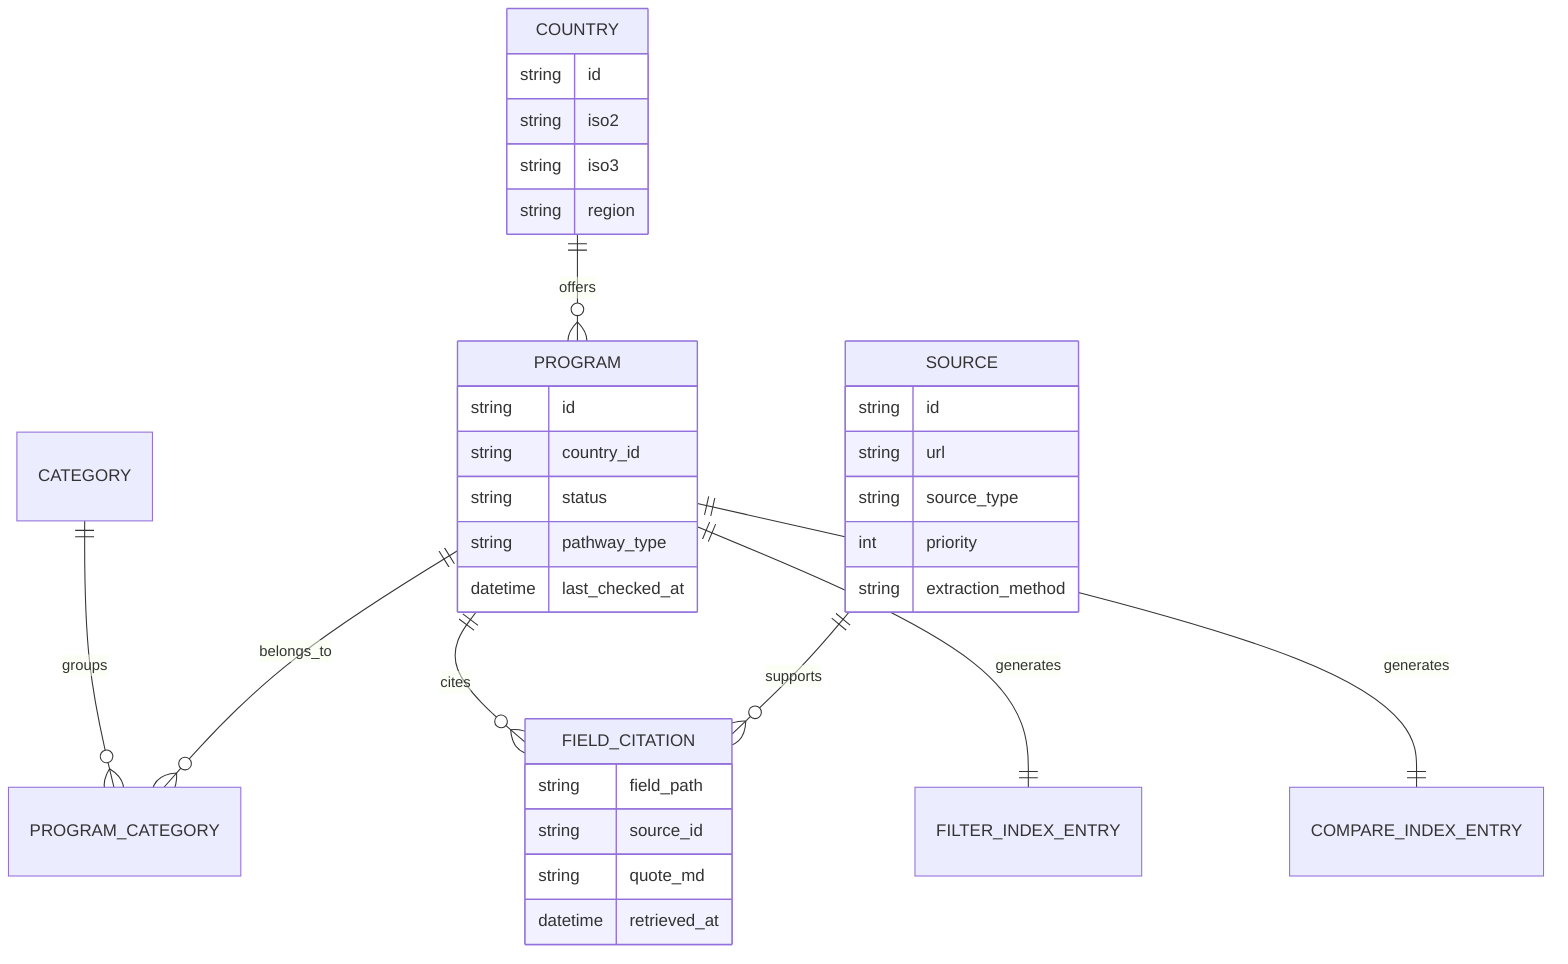
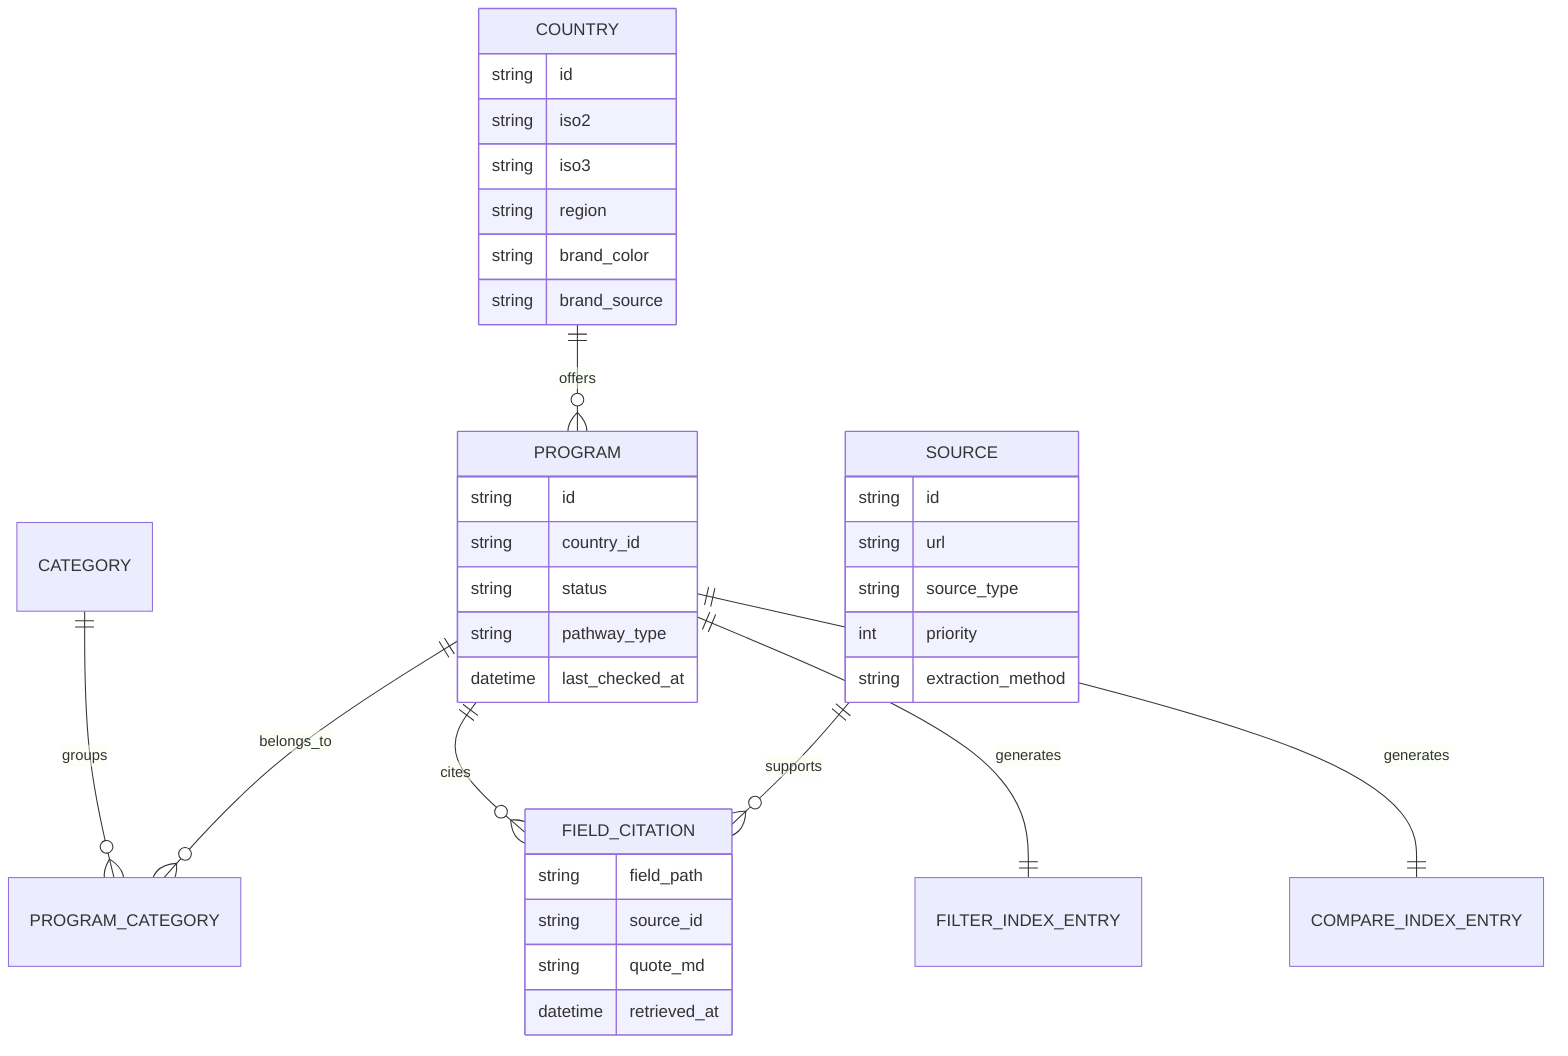
erDiagram
  COUNTRY ||--o{ PROGRAM : offers
  CATEGORY ||--o{ PROGRAM_CATEGORY : groups
  PROGRAM ||--o{ PROGRAM_CATEGORY : belongs_to
  PROGRAM ||--o{ FIELD_CITATION : cites
  SOURCE ||--o{ FIELD_CITATION : supports
  PROGRAM ||--|| FILTER_INDEX_ENTRY : generates
  PROGRAM ||--|| COMPARE_INDEX_ENTRY : generates

  COUNTRY {
    string id
    string iso2
    string iso3
    string region
+     string brand_color
+     string brand_source
  }
  PROGRAM {
    string id
    string country_id
    string status
    string pathway_type
    datetime last_checked_at
  }
  SOURCE {
    string id
    string url
    string source_type
    int priority
    string extraction_method
  }
  FIELD_CITATION {
    string field_path
    string source_id
    string quote_md
    datetime retrieved_at
  }
